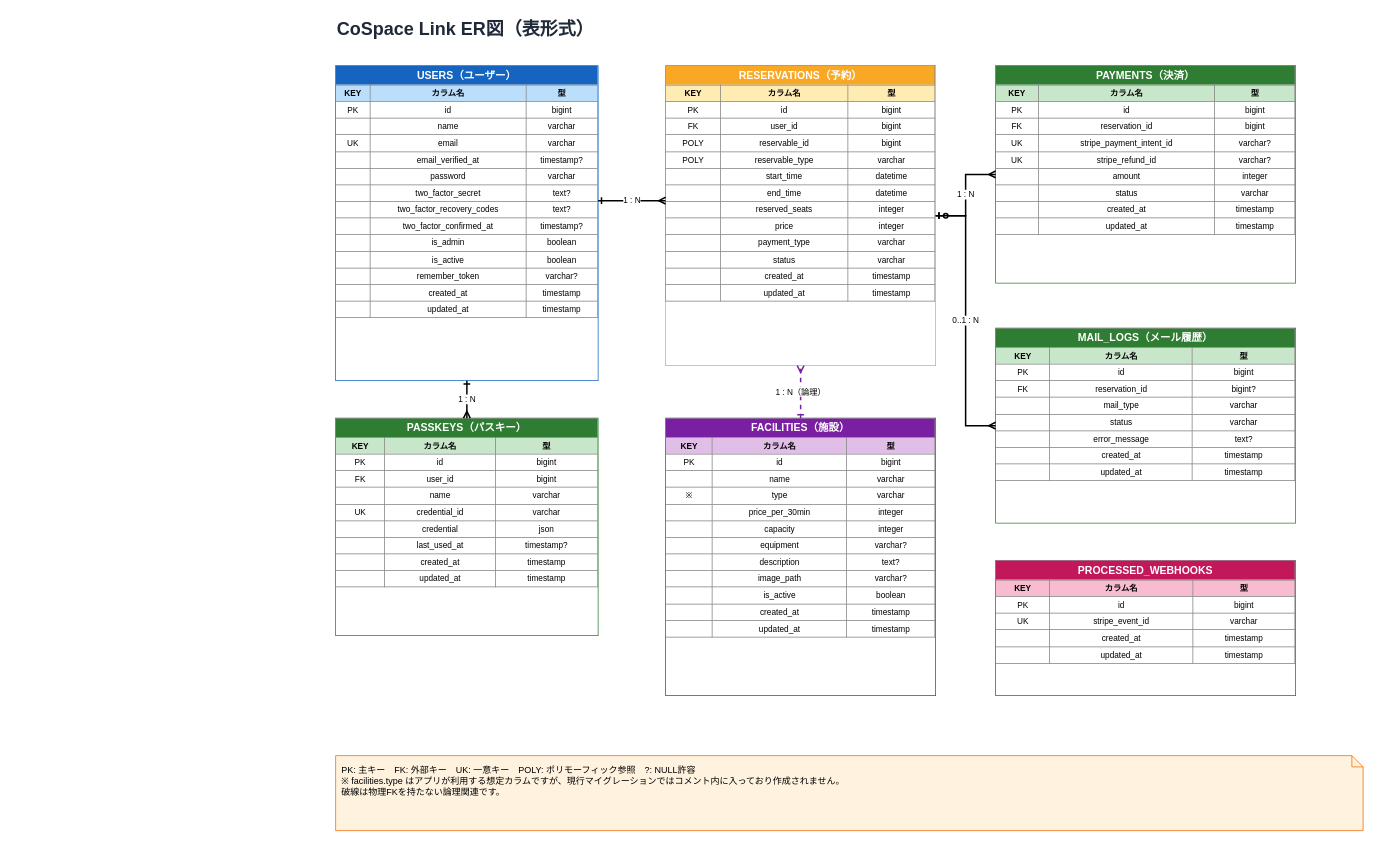
This is docs/ER図_表形式.drawio from toomochin/cospace-link, a draw.io file, before an edit. Source tidied: cells renumbered, new cells numbered last; positions are measured from the earlier drawing's top-left corner, leaving out a move shared by most shapes. Both pictures are drawn from the tidied source at 75%, with x=0, y=0 at pixel (335, 13).
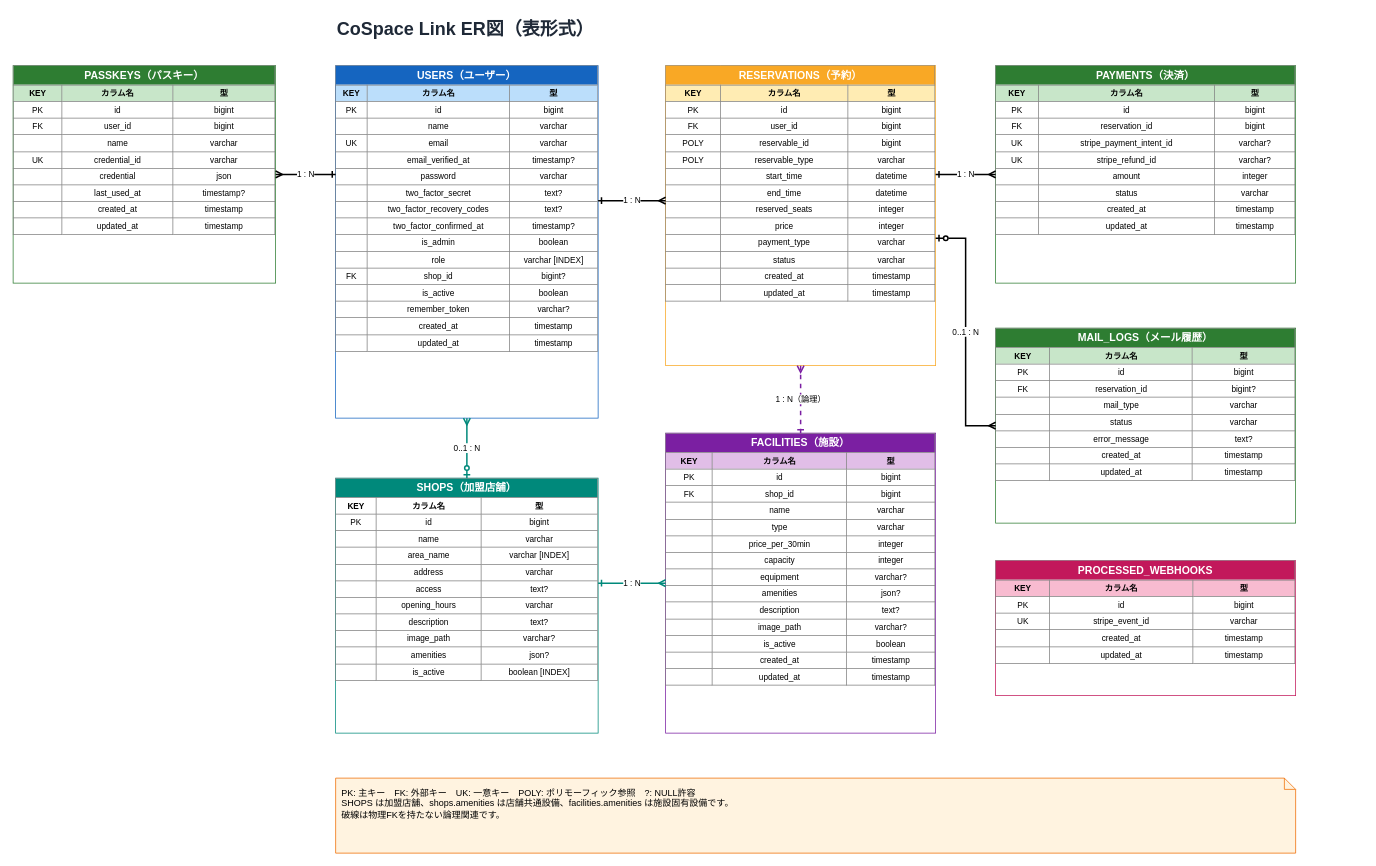
Above is the later version.

Commit message (it also covers changes not shown here):
docs: ポータル化後のDB構造にER図を更新

Unchanged cells that the change refers to:
```xml
<mxCell id="5" value="&lt;table border=&quot;1&quot; cellpadding=&quot;4&quot; cellspacing=&quot;0&quot; style=&quot;width:100%;border-collapse:collapse&quot;&gt;&lt;tr&gt;&lt;th colspan=&quot;3&quot; style=&quot;background:#F9A825;color:white;font-size:14px&quot;&gt;RESERVATIONS（予約）&lt;/th&gt;&lt;/tr&gt;&lt;tr style=&quot;background:#FFECB3&quot;&gt;&lt;th&gt;KEY&lt;/th&gt;&lt;th&gt;カラム名&lt;/th&gt;&lt;th&gt;型&lt;/th&gt;&lt;/tr&gt;&lt;tr&gt;&lt;td&gt;PK&lt;/td&gt;&lt;td&gt;id&lt;/td&gt;&lt;td&gt;bigint&lt;/td&gt;&lt;/tr&gt;&lt;tr&gt;&lt;td&gt;FK&lt;/td&gt;&lt;td&gt;user_id&lt;/td&gt;&lt;td&gt;bigint&lt;/td&gt;&lt;/tr&gt;&lt;tr&gt;&lt;td&gt;POLY&lt;/td&gt;&lt;td&gt;reservable_id&lt;/td&gt;&lt;td&gt;bigint&lt;/td&gt;&lt;/tr&gt;&lt;tr&gt;&lt;td&gt;POLY&lt;/td&gt;&lt;td&gt;reservable_type&lt;/td&gt;&lt;td&gt;varchar&lt;/td&gt;&lt;/tr&gt;&lt;tr&gt;&lt;td&gt;&lt;/td&gt;&lt;td&gt;start_time&lt;/td&gt;&lt;td&gt;datetime&lt;/td&gt;&lt;/tr&gt;&lt;tr&gt;&lt;td&gt;&lt;/td&gt;&lt;td&gt;end_time&lt;/td&gt;&lt;td&gt;datetime&lt;/td&gt;&lt;/tr&gt;&lt;tr&gt;&lt;td&gt;&lt;/td&gt;&lt;td&gt;reserved_seats&lt;/td&gt;&lt;td&gt;integer&lt;/td&gt;&lt;/tr&gt;&lt;tr&gt;&lt;td&gt;&lt;/td&gt;&lt;td&gt;price&lt;/td&gt;&lt;td&gt;integer&lt;/td&gt;&lt;/tr&gt;&lt;tr&gt;&lt;td&gt;&lt;/td&gt;&lt;td&gt;payment_type&lt;/td&gt;&lt;td&gt;varchar&lt;/td&gt;&lt;/tr&gt;&lt;tr&gt;&lt;td&gt;&lt;/td&gt;&lt;td&gt;status&lt;/td&gt;&lt;td&gt;varchar&lt;/td&gt;&lt;/tr&gt;&lt;tr&gt;&lt;td&gt;&lt;/td&gt;&lt;td&gt;created_at&lt;/td&gt;&lt;td&gt;timestamp&lt;/td&gt;&lt;/tr&gt;&lt;tr&gt;&lt;td&gt;&lt;/td&gt;&lt;td&gt;updated_at&lt;/td&gt;&lt;td&gt;timestamp&lt;/td&gt;&lt;/tr&gt;&lt;/table&gt;" style="html=1;whiteSpace=wrap;overflow=fill;rounded=0;spacing=0;fillColor=none;strokeColor=#F9A825;fontSize=11;" parent="1" vertex="1">
  <mxGeometry x="440" y="70" width="360" height="400" as="geometry" />
</mxCell>
<mxCell id="7" value="&lt;table border=&quot;1&quot; cellpadding=&quot;4&quot; cellspacing=&quot;0&quot; style=&quot;width:100%;border-collapse:collapse&quot;&gt;&lt;tr&gt;&lt;th colspan=&quot;3&quot; style=&quot;background:#2E7D32;color:white;font-size:14px&quot;&gt;PAYMENTS（決済）&lt;/th&gt;&lt;/tr&gt;&lt;tr style=&quot;background:#C8E6C9&quot;&gt;&lt;th&gt;KEY&lt;/th&gt;&lt;th&gt;カラム名&lt;/th&gt;&lt;th&gt;型&lt;/th&gt;&lt;/tr&gt;&lt;tr&gt;&lt;td&gt;PK&lt;/td&gt;&lt;td&gt;id&lt;/td&gt;&lt;td&gt;bigint&lt;/td&gt;&lt;/tr&gt;&lt;tr&gt;&lt;td&gt;FK&lt;/td&gt;&lt;td&gt;reservation_id&lt;/td&gt;&lt;td&gt;bigint&lt;/td&gt;&lt;/tr&gt;&lt;tr&gt;&lt;td&gt;UK&lt;/td&gt;&lt;td&gt;stripe_payment_intent_id&lt;/td&gt;&lt;td&gt;varchar?&lt;/td&gt;&lt;/tr&gt;&lt;tr&gt;&lt;td&gt;UK&lt;/td&gt;&lt;td&gt;stripe_refund_id&lt;/td&gt;&lt;td&gt;varchar?&lt;/td&gt;&lt;/tr&gt;&lt;tr&gt;&lt;td&gt;&lt;/td&gt;&lt;td&gt;amount&lt;/td&gt;&lt;td&gt;integer&lt;/td&gt;&lt;/tr&gt;&lt;tr&gt;&lt;td&gt;&lt;/td&gt;&lt;td&gt;status&lt;/td&gt;&lt;td&gt;varchar&lt;/td&gt;&lt;/tr&gt;&lt;tr&gt;&lt;td&gt;&lt;/td&gt;&lt;td&gt;created_at&lt;/td&gt;&lt;td&gt;timestamp&lt;/td&gt;&lt;/tr&gt;&lt;tr&gt;&lt;td&gt;&lt;/td&gt;&lt;td&gt;updated_at&lt;/td&gt;&lt;td&gt;timestamp&lt;/td&gt;&lt;/tr&gt;&lt;/table&gt;" style="html=1;whiteSpace=wrap;overflow=fill;rounded=0;spacing=0;fillColor=none;strokeColor=#2E7D32;fontSize=11;" parent="1" vertex="1">
  <mxGeometry x="880" y="70" width="400" height="290" as="geometry" />
</mxCell>
<mxCell id="8" value="&lt;table border=&quot;1&quot; cellpadding=&quot;4&quot; cellspacing=&quot;0&quot; style=&quot;width:100%;border-collapse:collapse&quot;&gt;&lt;tr&gt;&lt;th colspan=&quot;3&quot; style=&quot;background:#2E7D32;color:white;font-size:14px&quot;&gt;MAIL_LOGS（メール履歴）&lt;/th&gt;&lt;/tr&gt;&lt;tr style=&quot;background:#C8E6C9&quot;&gt;&lt;th&gt;KEY&lt;/th&gt;&lt;th&gt;カラム名&lt;/th&gt;&lt;th&gt;型&lt;/th&gt;&lt;/tr&gt;&lt;tr&gt;&lt;td&gt;PK&lt;/td&gt;&lt;td&gt;id&lt;/td&gt;&lt;td&gt;bigint&lt;/td&gt;&lt;/tr&gt;&lt;tr&gt;&lt;td&gt;FK&lt;/td&gt;&lt;td&gt;reservation_id&lt;/td&gt;&lt;td&gt;bigint?&lt;/td&gt;&lt;/tr&gt;&lt;tr&gt;&lt;td&gt;&lt;/td&gt;&lt;td&gt;mail_type&lt;/td&gt;&lt;td&gt;varchar&lt;/td&gt;&lt;/tr&gt;&lt;tr&gt;&lt;td&gt;&lt;/td&gt;&lt;td&gt;status&lt;/td&gt;&lt;td&gt;varchar&lt;/td&gt;&lt;/tr&gt;&lt;tr&gt;&lt;td&gt;&lt;/td&gt;&lt;td&gt;error_message&lt;/td&gt;&lt;td&gt;text?&lt;/td&gt;&lt;/tr&gt;&lt;tr&gt;&lt;td&gt;&lt;/td&gt;&lt;td&gt;created_at&lt;/td&gt;&lt;td&gt;timestamp&lt;/td&gt;&lt;/tr&gt;&lt;tr&gt;&lt;td&gt;&lt;/td&gt;&lt;td&gt;updated_at&lt;/td&gt;&lt;td&gt;timestamp&lt;/td&gt;&lt;/tr&gt;&lt;/table&gt;" style="html=1;whiteSpace=wrap;overflow=fill;rounded=0;spacing=0;fillColor=none;strokeColor=#2E7D32;fontSize=11;" parent="1" vertex="1">
  <mxGeometry x="880" y="420" width="400" height="260" as="geometry" />
</mxCell>
```

The edit, as a diff of the source:
```diff
@@
-    <mxCell id="3" value="&lt;table border=&quot;1&quot; cellpadding=&quot;4&quot; cellspacing=&quot;0&quot; style=&quot;width:100%;border-collapse:collapse&quot;&gt;&lt;tr&gt;&lt;th colspan=&quot;3&quot; style=&quot;background:#1565C0;color:white;font-size:14px&quot;&gt;USERS（ユーザー）&lt;/th&gt;&lt;/tr&gt;&lt;tr style=&quot;background:#BBDEFB&quot;&gt;&lt;th&gt;KEY&lt;/th&gt;&lt;th&gt;カラム名&lt;/th&gt;&lt;th&gt;型&lt;/th&gt;&lt;/tr&gt;&lt;tr&gt;&lt;td&gt;PK&lt;/td&gt;&lt;td&gt;id&lt;/td&gt;&lt;td&gt;bigint&lt;/td&gt;&lt;/tr&gt;&lt;tr&gt;&lt;td&gt;&lt;/td&gt;&lt;td&gt;name&lt;/td&gt;&lt;td&gt;varchar&lt;/td&gt;&lt;/tr&gt;&lt;tr&gt;&lt;td&gt;UK&lt;/td&gt;&lt;td&gt;email&lt;/td&gt;&lt;td&gt;varchar&lt;/td&gt;&lt;/tr&gt;&lt;tr&gt;&lt;td&gt;&lt;/td&gt;&lt;td&gt;email_verified_at&lt;/td&gt;&lt;td&gt;timestamp?&lt;/td&gt;&lt;/tr&gt;&lt;tr&gt;&lt;td&gt;&lt;/td&gt;&lt;td&gt;password&lt;/td&gt;&lt;td&gt;varchar&lt;/td&gt;&lt;/tr&gt;&lt;tr&gt;&lt;td&gt;&lt;/td&gt;&lt;td&gt;two_factor_secret&lt;/td&gt;&lt;td&gt;text?&lt;/td&gt;&lt;/tr&gt;&lt;tr&gt;&lt;td&gt;&lt;/td&gt;&lt;td&gt;two_factor_recovery_codes&lt;/td&gt;&lt;td&gt;text?&lt;/td&gt;&lt;/tr&gt;&lt;tr&gt;&lt;td&gt;&lt;/td&gt;&lt;td&gt;two_factor_confirmed_at&lt;/td&gt;&lt;td&gt;timestamp?&lt;/td&gt;&lt;/tr&gt;&lt;tr&gt;&lt;td&gt;&lt;/td&gt;&lt;td&gt;is_admin&lt;/td&gt;&lt;td&gt;boolean&lt;/td&gt;&lt;/tr&gt;&lt;tr&gt;&lt;td&gt;&lt;/td&gt;&lt;td&gt;is_active&lt;/td&gt;&lt;td&gt;boolean&lt;/td&gt;&lt;/tr&gt;&lt;tr&gt;&lt;td&gt;&lt;/td&gt;&lt;td&gt;remember_token&lt;/td&gt;&lt;td&gt;varchar?&lt;/td&gt;&lt;/tr&gt;&lt;tr&gt;&lt;td&gt;&lt;/td&gt;&lt;td&gt;created_at&lt;/td&gt;&lt;td&gt;timestamp&lt;/td&gt;&lt;/tr&gt;&lt;tr&gt;&lt;td&gt;&lt;/td&gt;&lt;td&gt;updated_at&lt;/td&gt;&lt;td&gt;timestamp&lt;/td&gt;&lt;/tr&gt;&lt;/table&gt;" style="html=1;whiteSpace=wrap;overflow=fill;rounded=0;spacing=0;fillColor=none;strokeColor=#1565C0;fontSize=11;" parent="1" vertex="1">
-      <mxGeometry y="70" width="350" height="420" as="geometry" />
+    <mxCell id="3" value="&lt;table border=&quot;1&quot; cellpadding=&quot;4&quot; cellspacing=&quot;0&quot; style=&quot;width:100%;border-collapse:collapse&quot;&gt;&lt;tr&gt;&lt;th colspan=&quot;3&quot; style=&quot;background:#1565C0;color:white;font-size:14px&quot;&gt;USERS（ユーザー）&lt;/th&gt;&lt;/tr&gt;&lt;tr style=&quot;background:#BBDEFB&quot;&gt;&lt;th&gt;KEY&lt;/th&gt;&lt;th&gt;カラム名&lt;/th&gt;&lt;th&gt;型&lt;/th&gt;&lt;/tr&gt;&lt;tr&gt;&lt;td&gt;PK&lt;/td&gt;&lt;td&gt;id&lt;/td&gt;&lt;td&gt;bigint&lt;/td&gt;&lt;/tr&gt;&lt;tr&gt;&lt;td&gt;&lt;/td&gt;&lt;td&gt;name&lt;/td&gt;&lt;td&gt;varchar&lt;/td&gt;&lt;/tr&gt;&lt;tr&gt;&lt;td&gt;UK&lt;/td&gt;&lt;td&gt;email&lt;/td&gt;&lt;td&gt;varchar&lt;/td&gt;&lt;/tr&gt;&lt;tr&gt;&lt;td&gt;&lt;/td&gt;&lt;td&gt;email_verified_at&lt;/td&gt;&lt;td&gt;timestamp?&lt;/td&gt;&lt;/tr&gt;&lt;tr&gt;&lt;td&gt;&lt;/td&gt;&lt;td&gt;password&lt;/td&gt;&lt;td&gt;varchar&lt;/td&gt;&lt;/tr&gt;&lt;tr&gt;&lt;td&gt;&lt;/td&gt;&lt;td&gt;two_factor_secret&lt;/td&gt;&lt;td&gt;text?&lt;/td&gt;&lt;/tr&gt;&lt;tr&gt;&lt;td&gt;&lt;/td&gt;&lt;td&gt;two_factor_recovery_codes&lt;/td&gt;&lt;td&gt;text?&lt;/td&gt;&lt;/tr&gt;&lt;tr&gt;&lt;td&gt;&lt;/td&gt;&lt;td&gt;two_factor_confirmed_at&lt;/td&gt;&lt;td&gt;timestamp?&lt;/td&gt;&lt;/tr&gt;&lt;tr&gt;&lt;td&gt;&lt;/td&gt;&lt;td&gt;is_admin&lt;/td&gt;&lt;td&gt;boolean&lt;/td&gt;&lt;/tr&gt;&lt;tr&gt;&lt;td&gt;&lt;/td&gt;&lt;td&gt;role&lt;/td&gt;&lt;td&gt;varchar [INDEX]&lt;/td&gt;&lt;/tr&gt;&lt;tr&gt;&lt;td&gt;FK&lt;/td&gt;&lt;td&gt;shop_id&lt;/td&gt;&lt;td&gt;bigint?&lt;/td&gt;&lt;/tr&gt;&lt;tr&gt;&lt;td&gt;&lt;/td&gt;&lt;td&gt;is_active&lt;/td&gt;&lt;td&gt;boolean&lt;/td&gt;&lt;/tr&gt;&lt;tr&gt;&lt;td&gt;&lt;/td&gt;&lt;td&gt;remember_token&lt;/td&gt;&lt;td&gt;varchar?&lt;/td&gt;&lt;/tr&gt;&lt;tr&gt;&lt;td&gt;&lt;/td&gt;&lt;td&gt;created_at&lt;/td&gt;&lt;td&gt;timestamp&lt;/td&gt;&lt;/tr&gt;&lt;tr&gt;&lt;td&gt;&lt;/td&gt;&lt;td&gt;updated_at&lt;/td&gt;&lt;td&gt;timestamp&lt;/td&gt;&lt;/tr&gt;&lt;/table&gt;" style="html=1;whiteSpace=wrap;overflow=fill;rounded=0;spacing=0;fillColor=none;strokeColor=#1565C0;fontSize=11;" parent="1" vertex="1">
+      <mxGeometry y="70" width="350" height="470" as="geometry" />
     </mxCell>
     <mxCell id="4" value="&lt;table border=&quot;1&quot; cellpadding=&quot;4&quot; cellspacing=&quot;0&quot; style=&quot;width:100%;border-collapse:collapse&quot;&gt;&lt;tr&gt;&lt;th colspan=&quot;3&quot; style=&quot;background:#2E7D32;color:white;font-size:14px&quot;&gt;PASSKEYS（パスキー）&lt;/th&gt;&lt;/tr&gt;&lt;tr style=&quot;background:#C8E6C9&quot;&gt;&lt;th&gt;KEY&lt;/th&gt;&lt;th&gt;カラム名&lt;/th&gt;&lt;th&gt;型&lt;/th&gt;&lt;/tr&gt;&lt;tr&gt;&lt;td&gt;PK&lt;/td&gt;&lt;td&gt;id&lt;/td&gt;&lt;td&gt;bigint&lt;/td&gt;&lt;/tr&gt;&lt;tr&gt;&lt;td&gt;FK&lt;/td&gt;&lt;td&gt;user_id&lt;/td&gt;&lt;td&gt;bigint&lt;/td&gt;&lt;/tr&gt;&lt;tr&gt;&lt;td&gt;&lt;/td&gt;&lt;td&gt;name&lt;/td&gt;&lt;td&gt;varchar&lt;/td&gt;&lt;/tr&gt;&lt;tr&gt;&lt;td&gt;UK&lt;/td&gt;&lt;td&gt;credential_id&lt;/td&gt;&lt;td&gt;varchar&lt;/td&gt;&lt;/tr&gt;&lt;tr&gt;&lt;td&gt;&lt;/td&gt;&lt;td&gt;credential&lt;/td&gt;&lt;td&gt;json&lt;/td&gt;&lt;/tr&gt;&lt;tr&gt;&lt;td&gt;&lt;/td&gt;&lt;td&gt;last_used_at&lt;/td&gt;&lt;td&gt;timestamp?&lt;/td&gt;&lt;/tr&gt;&lt;tr&gt;&lt;td&gt;&lt;/td&gt;&lt;td&gt;created_at&lt;/td&gt;&lt;td&gt;timestamp&lt;/td&gt;&lt;/tr&gt;&lt;tr&gt;&lt;td&gt;&lt;/td&gt;&lt;td&gt;updated_at&lt;/td&gt;&lt;td&gt;timestamp&lt;/td&gt;&lt;/tr&gt;&lt;/table&gt;" style="html=1;whiteSpace=wrap;overflow=fill;rounded=0;spacing=0;fillColor=none;strokeColor=#2E7D32;fontSize=11;" parent="1" vertex="1">
-      <mxGeometry y="540" width="350" height="290" as="geometry" />
+      <mxGeometry x="-430" y="70" width="350" height="290" as="geometry" />
     </mxCell>
@@
-    <mxCell id="6" value="&lt;table border=&quot;1&quot; cellpadding=&quot;4&quot; cellspacing=&quot;0&quot; style=&quot;width:100%;border-collapse:collapse&quot;&gt;&lt;tr&gt;&lt;th colspan=&quot;3&quot; style=&quot;background:#7B1FA2;color:white;font-size:14px&quot;&gt;FACILITIES（施設）&lt;/th&gt;&lt;/tr&gt;&lt;tr style=&quot;background:#E1BEE7&quot;&gt;&lt;th&gt;KEY&lt;/th&gt;&lt;th&gt;カラム名&lt;/th&gt;&lt;th&gt;型&lt;/th&gt;&lt;/tr&gt;&lt;tr&gt;&lt;td&gt;PK&lt;/td&gt;&lt;td&gt;id&lt;/td&gt;&lt;td&gt;bigint&lt;/td&gt;&lt;/tr&gt;&lt;tr&gt;&lt;td&gt;&lt;/td&gt;&lt;td&gt;name&lt;/td&gt;&lt;td&gt;varchar&lt;/td&gt;&lt;/tr&gt;&lt;tr&gt;&lt;td&gt;※&lt;/td&gt;&lt;td&gt;type&lt;/td&gt;&lt;td&gt;varchar&lt;/td&gt;&lt;/tr&gt;&lt;tr&gt;&lt;td&gt;&lt;/td&gt;&lt;td&gt;price_per_30min&lt;/td&gt;&lt;td&gt;integer&lt;/td&gt;&lt;/tr&gt;&lt;tr&gt;&lt;td&gt;&lt;/td&gt;&lt;td&gt;capacity&lt;/td&gt;&lt;td&gt;integer&lt;/td&gt;&lt;/tr&gt;&lt;tr&gt;&lt;td&gt;&lt;/td&gt;&lt;td&gt;equipment&lt;/td&gt;&lt;td&gt;varchar?&lt;/td&gt;&lt;/tr&gt;&lt;tr&gt;&lt;td&gt;&lt;/td&gt;&lt;td&gt;description&lt;/td&gt;&lt;td&gt;text?&lt;/td&gt;&lt;/tr&gt;&lt;tr&gt;&lt;td&gt;&lt;/td&gt;&lt;td&gt;image_path&lt;/td&gt;&lt;td&gt;varchar?&lt;/td&gt;&lt;/tr&gt;&lt;tr&gt;&lt;td&gt;&lt;/td&gt;&lt;td&gt;is_active&lt;/td&gt;&lt;td&gt;boolean&lt;/td&gt;&lt;/tr&gt;&lt;tr&gt;&lt;td&gt;&lt;/td&gt;&lt;td&gt;created_at&lt;/td&gt;&lt;td&gt;timestamp&lt;/td&gt;&lt;/tr&gt;&lt;tr&gt;&lt;td&gt;&lt;/td&gt;&lt;td&gt;updated_at&lt;/td&gt;&lt;td&gt;timestamp&lt;/td&gt;&lt;/tr&gt;&lt;/table&gt;" style="html=1;whiteSpace=wrap;overflow=fill;rounded=0;spacing=0;fillColor=none;strokeColor=#7B1FA2;fontSize=11;" parent="1" vertex="1">
-      <mxGeometry x="440" y="540" width="360" height="370" as="geometry" />
+    <mxCell id="6" value="&lt;table border=&quot;1&quot; cellpadding=&quot;4&quot; cellspacing=&quot;0&quot; style=&quot;width:100%;border-collapse:collapse&quot;&gt;&lt;tr&gt;&lt;th colspan=&quot;3&quot; style=&quot;background:#7B1FA2;color:white;font-size:14px&quot;&gt;FACILITIES（施設）&lt;/th&gt;&lt;/tr&gt;&lt;tr style=&quot;background:#E1BEE7&quot;&gt;&lt;th&gt;KEY&lt;/th&gt;&lt;th&gt;カラム名&lt;/th&gt;&lt;th&gt;型&lt;/th&gt;&lt;/tr&gt;&lt;tr&gt;&lt;td&gt;PK&lt;/td&gt;&lt;td&gt;id&lt;/td&gt;&lt;td&gt;bigint&lt;/td&gt;&lt;/tr&gt;&lt;tr&gt;&lt;td&gt;FK&lt;/td&gt;&lt;td&gt;shop_id&lt;/td&gt;&lt;td&gt;bigint&lt;/td&gt;&lt;/tr&gt;&lt;tr&gt;&lt;td&gt;&lt;/td&gt;&lt;td&gt;name&lt;/td&gt;&lt;td&gt;varchar&lt;/td&gt;&lt;/tr&gt;&lt;tr&gt;&lt;td&gt;&lt;/td&gt;&lt;td&gt;type&lt;/td&gt;&lt;td&gt;varchar&lt;/td&gt;&lt;/tr&gt;&lt;tr&gt;&lt;td&gt;&lt;/td&gt;&lt;td&gt;price_per_30min&lt;/td&gt;&lt;td&gt;integer&lt;/td&gt;&lt;/tr&gt;&lt;tr&gt;&lt;td&gt;&lt;/td&gt;&lt;td&gt;capacity&lt;/td&gt;&lt;td&gt;integer&lt;/td&gt;&lt;/tr&gt;&lt;tr&gt;&lt;td&gt;&lt;/td&gt;&lt;td&gt;equipment&lt;/td&gt;&lt;td&gt;varchar?&lt;/td&gt;&lt;/tr&gt;&lt;tr&gt;&lt;td&gt;&lt;/td&gt;&lt;td&gt;amenities&lt;/td&gt;&lt;td&gt;json?&lt;/td&gt;&lt;/tr&gt;&lt;tr&gt;&lt;td&gt;&lt;/td&gt;&lt;td&gt;description&lt;/td&gt;&lt;td&gt;text?&lt;/td&gt;&lt;/tr&gt;&lt;tr&gt;&lt;td&gt;&lt;/td&gt;&lt;td&gt;image_path&lt;/td&gt;&lt;td&gt;varchar?&lt;/td&gt;&lt;/tr&gt;&lt;tr&gt;&lt;td&gt;&lt;/td&gt;&lt;td&gt;is_active&lt;/td&gt;&lt;td&gt;boolean&lt;/td&gt;&lt;/tr&gt;&lt;tr&gt;&lt;td&gt;&lt;/td&gt;&lt;td&gt;created_at&lt;/td&gt;&lt;td&gt;timestamp&lt;/td&gt;&lt;/tr&gt;&lt;tr&gt;&lt;td&gt;&lt;/td&gt;&lt;td&gt;updated_at&lt;/td&gt;&lt;td&gt;timestamp&lt;/td&gt;&lt;/tr&gt;&lt;/table&gt;" style="html=1;whiteSpace=wrap;overflow=fill;rounded=0;spacing=0;fillColor=none;strokeColor=#7B1FA2;fontSize=11;" parent="1" vertex="1">
+      <mxGeometry x="440" y="560" width="360" height="400" as="geometry" />
     </mxCell>
@@
-    <mxCell id="10" value="PK: 主キー　FK: 外部キー　UK: 一意キー　POLY: ポリモーフィック参照　?: NULL許容&lt;br&gt;※ facilities.type はアプリが利用する想定カラムですが、現行マイグレーションではコメント内に入っており作成されません。&lt;br&gt;破線は物理FKを持たない論理関連です。" style="shape=note;whiteSpace=wrap;html=1;backgroundOutline=1;size=15;align=left;verticalAlign=top;spacing=8;fillColor=#FFF3E0;strokeColor=#EF6C00;fontSize=12;" parent="1" vertex="1">
-      <mxGeometry y="990" width="1370" height="100" as="geometry" />
+    <mxCell id="10" value="PK: 主キー　FK: 外部キー　UK: 一意キー　POLY: ポリモーフィック参照　?: NULL許容&lt;br&gt;SHOPS は加盟店舗、shops.amenities は店舗共通設備、facilities.amenities は施設固有設備です。&lt;br&gt;破線は物理FKを持たない論理関連です。" style="shape=note;whiteSpace=wrap;html=1;backgroundOutline=1;size=15;align=left;verticalAlign=top;spacing=8;fillColor=#FFF3E0;strokeColor=#EF6C00;fontSize=12;" parent="1" vertex="1">
+      <mxGeometry y="1020" width="1280" height="100" as="geometry" />
     </mxCell>
@@
     <mxCell id="12" value="1 : N" style="edgeStyle=orthogonalEdgeStyle;rounded=0;html=1;startArrow=ERone;startFill=0;endArrow=ERmany;endFill=0;strokeWidth=2;" parent="1" edge="1" source="3" target="4">
-      <mxGeometry relative="1" as="geometry" />
+      <mxGeometry relative="1" as="geometry">
+        <Array as="points">
+          <mxPoint x="-20" y="215" />
+          <mxPoint x="-20" y="215" />
+        </Array>
+      </mxGeometry>
     </mxCell>
@@
     <mxCell id="14" value="1 : N" style="edgeStyle=orthogonalEdgeStyle;rounded=0;html=1;startArrow=ERone;startFill=0;endArrow=ERmany;endFill=0;strokeWidth=2;" parent="1" edge="1" source="5" target="7">
-      <mxGeometry relative="1" as="geometry" />
+      <mxGeometry relative="1" as="geometry">
+        <Array as="points">
+          <mxPoint x="820" y="215" />
+          <mxPoint x="820" y="215" />
+        </Array>
+      </mxGeometry>
     </mxCell>
     <mxCell id="15" value="0..1 : N" style="edgeStyle=orthogonalEdgeStyle;rounded=0;html=1;startArrow=ERzeroToOne;startFill=0;endArrow=ERmany;endFill=0;strokeWidth=2;" parent="1" edge="1" source="5" target="8">
-      <mxGeometry relative="1" as="geometry" />
+      <mxGeometry relative="1" as="geometry">
+        <Array as="points">
+          <mxPoint x="840" y="300" />
+          <mxPoint x="840" y="550" />
+        </Array>
+      </mxGeometry>
     </mxCell>
+    <mxCell id="16" value="&lt;table border=&quot;1&quot; cellpadding=&quot;4&quot; cellspacing=&quot;0&quot; style=&quot;width:100%;border-collapse:collapse&quot;&gt;&lt;tr&gt;&lt;th colspan=&quot;3&quot; style=&quot;background:#00897B;color:white;font-size:14px&quot;&gt;SHOPS（加盟店舗）&lt;/th&gt;&lt;/tr&gt;&lt;tr&gt;&lt;th&gt;KEY&lt;/th&gt;&lt;th&gt;カラム名&lt;/th&gt;&lt;th&gt;型&lt;/th&gt;&lt;/tr&gt;&lt;tr&gt;&lt;td&gt;PK&lt;/td&gt;&lt;td&gt;id&lt;/td&gt;&lt;td&gt;bigint&lt;/td&gt;&lt;/tr&gt;&lt;tr&gt;&lt;td&gt;&lt;/td&gt;&lt;td&gt;name&lt;/td&gt;&lt;td&gt;varchar&lt;/td&gt;&lt;/tr&gt;&lt;tr&gt;&lt;td&gt;&lt;/td&gt;&lt;td&gt;area_name&lt;/td&gt;&lt;td&gt;varchar [INDEX]&lt;/td&gt;&lt;/tr&gt;&lt;tr&gt;&lt;td&gt;&lt;/td&gt;&lt;td&gt;address&lt;/td&gt;&lt;td&gt;varchar&lt;/td&gt;&lt;/tr&gt;&lt;tr&gt;&lt;td&gt;&lt;/td&gt;&lt;td&gt;access&lt;/td&gt;&lt;td&gt;text?&lt;/td&gt;&lt;/tr&gt;&lt;tr&gt;&lt;td&gt;&lt;/td&gt;&lt;td&gt;opening_hours&lt;/td&gt;&lt;td&gt;varchar&lt;/td&gt;&lt;/tr&gt;&lt;tr&gt;&lt;td&gt;&lt;/td&gt;&lt;td&gt;description&lt;/td&gt;&lt;td&gt;text?&lt;/td&gt;&lt;/tr&gt;&lt;tr&gt;&lt;td&gt;&lt;/td&gt;&lt;td&gt;image_path&lt;/td&gt;&lt;td&gt;varchar?&lt;/td&gt;&lt;/tr&gt;&lt;tr&gt;&lt;td&gt;&lt;/td&gt;&lt;td&gt;amenities&lt;/td&gt;&lt;td&gt;json?&lt;/td&gt;&lt;/tr&gt;&lt;tr&gt;&lt;td&gt;&lt;/td&gt;&lt;td&gt;is_active&lt;/td&gt;&lt;td&gt;boolean [INDEX]&lt;/td&gt;&lt;/tr&gt;&lt;/table&gt;" style="html=1;whiteSpace=wrap;overflow=fill;rounded=0;spacing=0;fillColor=none;strokeColor=#00897B;fontSize=11;" parent="1" vertex="1">
+      <mxGeometry y="620" width="350" height="340" as="geometry" />
+    </mxCell>
+    <mxCell id="17" value="1 : N" style="edgeStyle=orthogonalEdgeStyle;rounded=0;html=1;startArrow=ERone;endArrow=ERmany;strokeWidth=2;strokeColor=#00897B;" parent="1" edge="1" source="16" target="6">
+      <mxGeometry relative="1" as="geometry">
+        <Array as="points">
+          <mxPoint x="370" y="760" />
+          <mxPoint x="370" y="760" />
+        </Array>
+      </mxGeometry>
+    </mxCell>
+    <mxCell id="18" value="0..1 : N" style="edgeStyle=orthogonalEdgeStyle;rounded=0;html=1;startArrow=ERzeroToOne;endArrow=ERmany;strokeWidth=2;strokeColor=#00897B;" parent="1" edge="1" source="16" target="3">
+      <mxGeometry relative="1" as="geometry" />
+    </mxCell>
```
